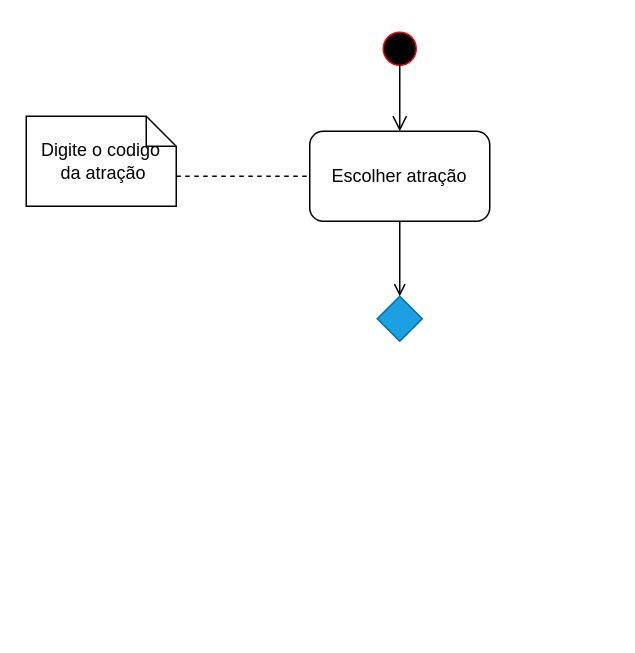
JudilenaGalvao/Projeto-POO keeps this draw.io diagram as Diagrama de atividade - Compra de ingressos.drawio. Above is the earlier version. Source tidied: cells renumbered, new cells numbered last; positions are measured from the earlier drawing's top-left corner, leaving out a move shared by most shapes. Both pictures are drawn from the tidied source at 150%, with x=0, y=0 at pixel (26, 26).
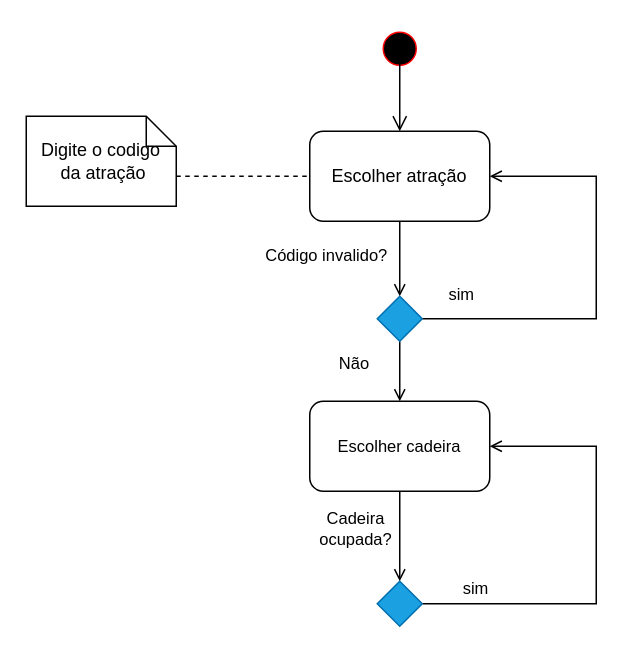
The same page after the edit.

Unchanged cells that the change refers to:
```xml
<mxCell id="5" value="Escolher atração" style="rounded=1;whiteSpace=wrap;html=1;" parent="1" vertex="1">
  <mxGeometry x="189" y="70" width="120" height="60" as="geometry" />
</mxCell>
<mxCell id="6" style="rhombus;whiteSpace=wrap;html=1;fillColor=#1ba1e2;strokeColor=#006EAF;fontColor=#ffffff;" parent="1" vertex="1">
  <mxGeometry x="234" y="180" width="30" height="30" as="geometry" />
</mxCell>
```

Change to the diagram source:
```diff
@@
+    <mxCell id="9" style="edgeStyle=orthogonalEdgeStyle;shape=connector;rounded=0;jettySize=auto;html=1;exitX=1;exitY=0.5;exitDx=0;exitDy=0;entryX=1;entryY=0.5;entryDx=0;entryDy=0;labelBackgroundColor=default;strokeColor=default;fontFamily=Helvetica;fontSize=11;fontColor=default;endArrow=open;endFill=0;" parent="1" edge="1" source="6" target="5">
+      <mxGeometry relative="1" as="geometry">
+        <Array as="points">
+          <mxPoint x="380" y="195" />
+          <mxPoint x="380" y="100" />
+        </Array>
+      </mxGeometry>
+    </mxCell>
+    <mxCell id="10" style="edgeStyle=orthogonalEdgeStyle;shape=connector;rounded=0;jettySize=auto;html=1;exitX=0.5;exitY=1;exitDx=0;exitDy=0;entryX=0.5;entryY=0;entryDx=0;entryDy=0;labelBackgroundColor=default;strokeColor=default;fontFamily=Helvetica;fontSize=11;fontColor=default;endArrow=open;endFill=0;" parent="1" edge="1" source="6" target="14">
+      <mxGeometry relative="1" as="geometry" />
+    </mxCell>
@@
+    <mxCell id="11" value="&lt;span style=&quot;font-weight: 400;&quot;&gt;Código&lt;/span&gt;&lt;span style=&quot;font-weight: normal;&quot;&gt;&amp;nbsp;invalido?&lt;/span&gt;" style="text;align=center;fontStyle=1;verticalAlign=middle;spacingLeft=3;spacingRight=3;strokeColor=none;html=1;fontSize=11;fontFamily=Helvetica;fontColor=default;" parent="1" vertex="1">
+      <mxGeometry x="160" y="140" width="80" height="26" as="geometry" />
+    </mxCell>
+    <mxCell id="12" value="&lt;span style=&quot;font-weight: normal;&quot;&gt;sim&lt;/span&gt;" style="text;align=center;fontStyle=1;verticalAlign=middle;spacingLeft=3;spacingRight=3;strokeColor=none;html=1;fontSize=11;fontFamily=Helvetica;fontColor=default;" parent="1" vertex="1">
+      <mxGeometry x="250" y="166" width="80" height="26" as="geometry" />
+    </mxCell>
+    <mxCell id="13" style="edgeStyle=orthogonalEdgeStyle;shape=connector;rounded=0;jettySize=auto;html=1;exitX=0.5;exitY=1;exitDx=0;exitDy=0;entryX=0.5;entryY=0;entryDx=0;entryDy=0;labelBackgroundColor=default;strokeColor=default;fontFamily=Helvetica;fontSize=11;fontColor=default;endArrow=open;endFill=0;" parent="1" edge="1" source="14" target="17">
+      <mxGeometry relative="1" as="geometry" />
+    </mxCell>
+    <mxCell id="14" value="Escolher cadeira" style="rounded=1;whiteSpace=wrap;html=1;fontFamily=Helvetica;fontSize=11;fontColor=default;fillColor=none;gradientColor=none;" parent="1" vertex="1">
+      <mxGeometry x="189" y="250" width="120" height="60" as="geometry" />
+    </mxCell>
+    <mxCell id="15" value="Não" style="text;html=1;strokeColor=none;fillColor=none;align=center;verticalAlign=middle;whiteSpace=wrap;rounded=0;fontSize=11;fontFamily=Helvetica;fontColor=default;" parent="1" vertex="1">
+      <mxGeometry x="189" y="210" width="60" height="30" as="geometry" />
+    </mxCell>
+    <mxCell id="16" style="edgeStyle=orthogonalEdgeStyle;shape=connector;rounded=0;jettySize=auto;html=1;exitX=1;exitY=0.5;exitDx=0;exitDy=0;entryX=1;entryY=0.5;entryDx=0;entryDy=0;labelBackgroundColor=default;strokeColor=default;fontFamily=Helvetica;fontSize=11;fontColor=default;endArrow=open;endFill=0;" parent="1" edge="1" source="17" target="14">
+      <mxGeometry relative="1" as="geometry">
+        <Array as="points">
+          <mxPoint x="380" y="385" />
+          <mxPoint x="380" y="280" />
+        </Array>
+      </mxGeometry>
+    </mxCell>
+    <mxCell id="17" style="rhombus;whiteSpace=wrap;html=1;fillColor=#1ba1e2;strokeColor=#006EAF;fontColor=#ffffff;" parent="1" vertex="1">
+      <mxGeometry x="234" y="370" width="30" height="30" as="geometry" />
+    </mxCell>
+    <mxCell id="18" value="Cadeira ocupada?" style="text;html=1;strokeColor=none;fillColor=none;align=center;verticalAlign=middle;whiteSpace=wrap;rounded=0;fontSize=11;fontFamily=Helvetica;fontColor=default;" parent="1" vertex="1">
+      <mxGeometry x="190" y="320" width="60" height="30" as="geometry" />
+    </mxCell>
+    <mxCell id="19" value="sim" style="text;html=1;strokeColor=none;fillColor=none;align=center;verticalAlign=middle;whiteSpace=wrap;rounded=0;fontSize=11;fontFamily=Helvetica;fontColor=default;" parent="1" vertex="1">
+      <mxGeometry x="270" y="360" width="60" height="30" as="geometry" />
+    </mxCell>
```
